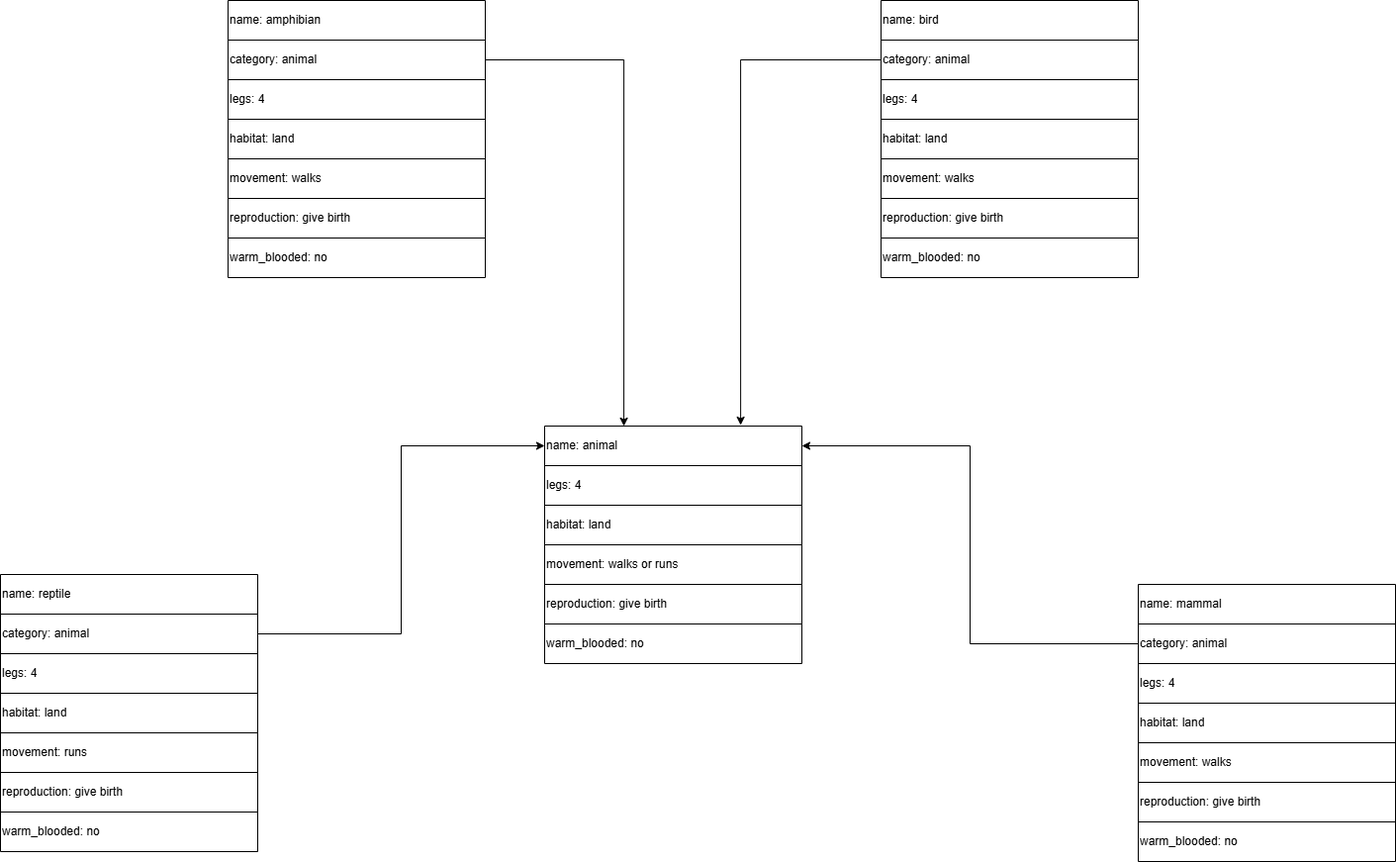
another4433/another4433 keeps this draw.io diagram as Intelligent System/myFrame.drawio.png. Above is the earlier version. Source tidied: cells renumbered, new cells last; positions are measured from the earlier drawing's top-left corner, leaving out a move shared by most shapes.
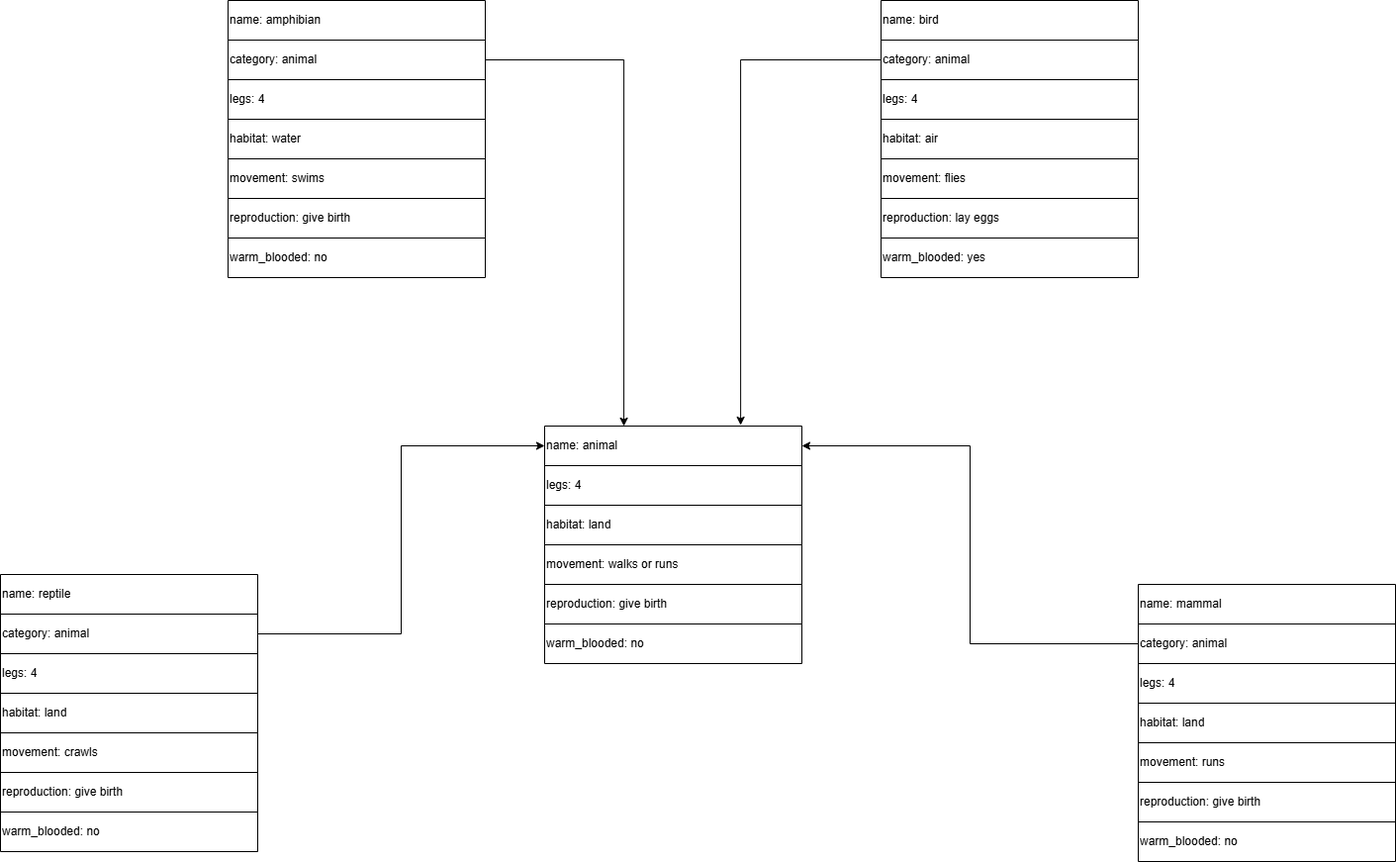
The same diagram one commit later.

Change to the diagram source:
```diff
@@ -71,7 +71,7 @@
     <mxCell id="24" style="shape=tableRow;horizontal=0;startSize=0;swimlaneHead=0;swimlaneBody=0;strokeColor=inherit;top=0;left=0;bottom=0;right=0;fillColor=none;" parent="15" vertex="1">
       <mxGeometry y="160" width="260" height="40" as="geometry" />
     </mxCell>
-    <mxCell id="25" value="movement: walks" style="shape=partialRectangle;html=1;whiteSpace=wrap;strokeColor=inherit;overflow=hidden;fillColor=none;top=0;left=0;bottom=0;right=0;align=left;" parent="24" vertex="1">
+    <mxCell id="25" value="movement: runs" style="shape=partialRectangle;html=1;whiteSpace=wrap;strokeColor=inherit;overflow=hidden;fillColor=none;top=0;left=0;bottom=0;right=0;align=left;" parent="24" vertex="1">
       <mxGeometry width="260" height="40" as="geometry" />
     </mxCell>
     <mxCell id="26" style="shape=tableRow;horizontal=0;startSize=0;swimlaneHead=0;swimlaneBody=0;strokeColor=inherit;top=0;left=0;bottom=0;right=0;fillColor=none;" parent="15" vertex="1">
@@ -119,7 +119,7 @@
     <mxCell id="40" style="shape=tableRow;horizontal=0;startSize=0;swimlaneHead=0;swimlaneBody=0;strokeColor=inherit;top=0;left=0;bottom=0;right=0;fillColor=none;" parent="31" vertex="1">
       <mxGeometry y="160" width="260" height="40" as="geometry" />
     </mxCell>
-    <mxCell id="41" value="movement: runs" style="shape=partialRectangle;html=1;whiteSpace=wrap;strokeColor=inherit;overflow=hidden;fillColor=none;top=0;left=0;bottom=0;right=0;align=left;" parent="40" vertex="1">
+    <mxCell id="41" value="movement: crawls" style="shape=partialRectangle;html=1;whiteSpace=wrap;strokeColor=inherit;overflow=hidden;fillColor=none;top=0;left=0;bottom=0;right=0;align=left;" parent="40" vertex="1">
       <mxGeometry width="260" height="40" as="geometry" />
     </mxCell>
     <mxCell id="42" style="shape=tableRow;horizontal=0;startSize=0;swimlaneHead=0;swimlaneBody=0;strokeColor=inherit;top=0;left=0;bottom=0;right=0;fillColor=none;" parent="31" vertex="1">
@@ -161,25 +161,25 @@
     <mxCell id="54" style="shape=tableRow;horizontal=0;startSize=0;swimlaneHead=0;swimlaneBody=0;strokeColor=inherit;top=0;left=0;bottom=0;right=0;fillColor=none;" parent="47" vertex="1">
       <mxGeometry y="120" width="260" height="40" as="geometry" />
     </mxCell>
-    <mxCell id="55" value="habitat: land" style="shape=partialRectangle;html=1;whiteSpace=wrap;strokeColor=inherit;overflow=hidden;fillColor=none;top=0;left=0;bottom=0;right=0;align=left;" parent="54" vertex="1">
+    <mxCell id="55" value="habitat: air" style="shape=partialRectangle;html=1;whiteSpace=wrap;strokeColor=inherit;overflow=hidden;fillColor=none;top=0;left=0;bottom=0;right=0;align=left;" parent="54" vertex="1">
       <mxGeometry width="260" height="40" as="geometry" />
     </mxCell>
     <mxCell id="56" style="shape=tableRow;horizontal=0;startSize=0;swimlaneHead=0;swimlaneBody=0;strokeColor=inherit;top=0;left=0;bottom=0;right=0;fillColor=none;" parent="47" vertex="1">
       <mxGeometry y="160" width="260" height="40" as="geometry" />
     </mxCell>
-    <mxCell id="57" value="movement: walks" style="shape=partialRectangle;html=1;whiteSpace=wrap;strokeColor=inherit;overflow=hidden;fillColor=none;top=0;left=0;bottom=0;right=0;align=left;" parent="56" vertex="1">
+    <mxCell id="57" value="movement: flies" style="shape=partialRectangle;html=1;whiteSpace=wrap;strokeColor=inherit;overflow=hidden;fillColor=none;top=0;left=0;bottom=0;right=0;align=left;" parent="56" vertex="1">
       <mxGeometry width="260" height="40" as="geometry" />
     </mxCell>
     <mxCell id="58" style="shape=tableRow;horizontal=0;startSize=0;swimlaneHead=0;swimlaneBody=0;strokeColor=inherit;top=0;left=0;bottom=0;right=0;fillColor=none;" parent="47" vertex="1">
       <mxGeometry y="200" width="260" height="40" as="geometry" />
     </mxCell>
-    <mxCell id="59" value="reproduction: give birth" style="shape=partialRectangle;html=1;whiteSpace=wrap;strokeColor=inherit;overflow=hidden;fillColor=none;top=0;left=0;bottom=0;right=0;align=left;" parent="58" vertex="1">
+    <mxCell id="59" value="reproduction: lay eggs" style="shape=partialRectangle;html=1;whiteSpace=wrap;strokeColor=inherit;overflow=hidden;fillColor=none;top=0;left=0;bottom=0;right=0;align=left;" parent="58" vertex="1">
       <mxGeometry width="260" height="40" as="geometry" />
     </mxCell>
     <mxCell id="60" style="shape=tableRow;horizontal=0;startSize=0;swimlaneHead=0;swimlaneBody=0;strokeColor=inherit;top=0;left=0;bottom=0;right=0;fillColor=none;" parent="47" vertex="1">
       <mxGeometry y="240" width="260" height="40" as="geometry" />
     </mxCell>
-    <mxCell id="61" value="warm_blooded: no" style="shape=partialRectangle;html=1;whiteSpace=wrap;strokeColor=inherit;overflow=hidden;fillColor=none;top=0;left=0;bottom=0;right=0;align=left;" parent="60" vertex="1">
+    <mxCell id="61" value="warm_blooded: yes" style="shape=partialRectangle;html=1;whiteSpace=wrap;strokeColor=inherit;overflow=hidden;fillColor=none;top=0;left=0;bottom=0;right=0;align=left;" parent="60" vertex="1">
       <mxGeometry width="260" height="40" as="geometry" />
     </mxCell>
     <mxCell id="62" style="edgeStyle=orthogonalEdgeStyle;rounded=0;jettySize=auto;html=1;entryX=0.762;entryY=-0.025;entryDx=0;entryDy=0;entryPerimeter=0;" parent="1" edge="1" source="50" target="3">
@@ -209,13 +209,13 @@
     <mxCell id="70" style="shape=tableRow;horizontal=0;startSize=0;swimlaneHead=0;swimlaneBody=0;strokeColor=inherit;top=0;left=0;bottom=0;right=0;fillColor=none;" parent="63" vertex="1">
       <mxGeometry y="120" width="260" height="40" as="geometry" />
     </mxCell>
-    <mxCell id="71" value="habitat: land" style="shape=partialRectangle;html=1;whiteSpace=wrap;strokeColor=inherit;overflow=hidden;fillColor=none;top=0;left=0;bottom=0;right=0;align=left;" parent="70" vertex="1">
+    <mxCell id="71" value="habitat: water" style="shape=partialRectangle;html=1;whiteSpace=wrap;strokeColor=inherit;overflow=hidden;fillColor=none;top=0;left=0;bottom=0;right=0;align=left;" parent="70" vertex="1">
       <mxGeometry width="260" height="40" as="geometry" />
     </mxCell>
     <mxCell id="72" style="shape=tableRow;horizontal=0;startSize=0;swimlaneHead=0;swimlaneBody=0;strokeColor=inherit;top=0;left=0;bottom=0;right=0;fillColor=none;" parent="63" vertex="1">
       <mxGeometry y="160" width="260" height="40" as="geometry" />
     </mxCell>
-    <mxCell id="73" value="movement: walks" style="shape=partialRectangle;html=1;whiteSpace=wrap;strokeColor=inherit;overflow=hidden;fillColor=none;top=0;left=0;bottom=0;right=0;align=left;" parent="72" vertex="1">
+    <mxCell id="73" value="movement: swims" style="shape=partialRectangle;html=1;whiteSpace=wrap;strokeColor=inherit;overflow=hidden;fillColor=none;top=0;left=0;bottom=0;right=0;align=left;" parent="72" vertex="1">
       <mxGeometry width="260" height="40" as="geometry" />
     </mxCell>
     <mxCell id="74" style="shape=tableRow;horizontal=0;startSize=0;swimlaneHead=0;swimlaneBody=0;strokeColor=inherit;top=0;left=0;bottom=0;right=0;fillColor=none;" parent="63" vertex="1">
```
